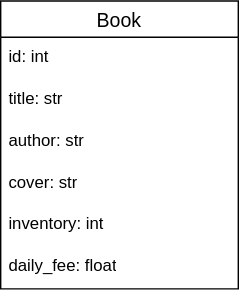
The draw.io diagram models.svg in Neyrony/library-api, before a commit. Source tidied: cells renumbered, new cells last; positions are measured from the earlier drawing's top-left corner, leaving out a move shared by most shapes. Its diagram source:
```xml
<mxGraphModel>
  <root>
    <mxCell id="0" />
    <mxCell id="1" parent="0" />
    <mxCell id="2" value="Book" style="swimlane;fontStyle=0;horizontal=1;startSize=26;align=center;fontSize=14;" parent="1" vertex="1">
      <mxGeometry width="170" height="206" as="geometry" />
    </mxCell>
    <mxCell id="3" value="id: int" style="text;strokeColor=none;fillColor=none;spacingLeft=4;spacingRight=4;overflow=hidden;fontSize=12;whiteSpace=wrap;html=1;" parent="2" vertex="1">
      <mxGeometry y="26" width="170" height="30" as="geometry" />
    </mxCell>
    <mxCell id="4" value="title: str" style="text;strokeColor=none;fillColor=none;spacingLeft=4;spacingRight=4;overflow=hidden;fontSize=12;whiteSpace=wrap;html=1;" parent="2" vertex="1">
      <mxGeometry y="56" width="170" height="30" as="geometry" />
    </mxCell>
    <mxCell id="5" value="author: str" style="text;strokeColor=none;fillColor=none;spacingLeft=4;spacingRight=4;overflow=hidden;fontSize=12;whiteSpace=wrap;html=1;" parent="2" vertex="1">
      <mxGeometry y="86" width="170" height="30" as="geometry" />
    </mxCell>
    <mxCell id="6" value="cover: str" style="text;strokeColor=none;fillColor=none;spacingLeft=4;spacingRight=4;overflow=hidden;fontSize=12;whiteSpace=wrap;html=1;" parent="2" vertex="1">
      <mxGeometry y="116" width="170" height="30" as="geometry" />
    </mxCell>
    <mxCell id="7" value="inventory: int" style="text;strokeColor=none;fillColor=none;spacingLeft=4;spacingRight=4;overflow=hidden;fontSize=12;whiteSpace=wrap;html=1;" parent="2" vertex="1">
      <mxGeometry y="146" width="170" height="30" as="geometry" />
    </mxCell>
    <mxCell id="8" value="daily_fee: float" style="text;strokeColor=none;fillColor=none;spacingLeft=4;spacingRight=4;overflow=hidden;fontSize=12;whiteSpace=wrap;html=1;" parent="2" vertex="1">
      <mxGeometry y="176" width="170" height="30" as="geometry" />
    </mxCell>
  </root>
</mxGraphModel>
```
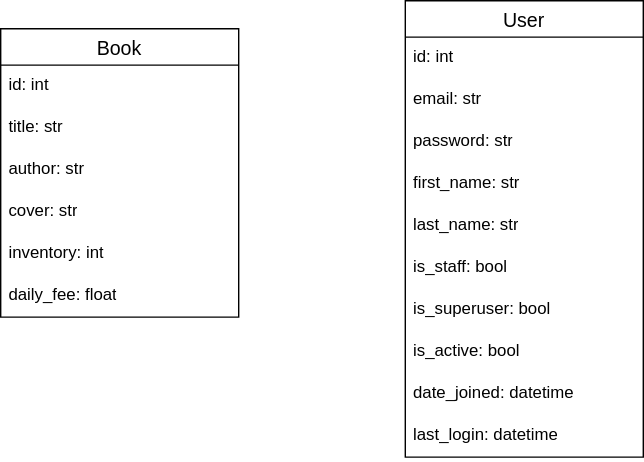
After the commit.

Commit message:
docs: add user model to models.svg

The edit, as a diff of the source:
```diff
@@ -23,5 +23,38 @@
     <mxCell id="8" value="daily_fee: float" style="text;strokeColor=none;fillColor=none;spacingLeft=4;spacingRight=4;overflow=hidden;fontSize=12;whiteSpace=wrap;html=1;" parent="2" vertex="1">
       <mxGeometry y="176" width="170" height="30" as="geometry" />
     </mxCell>
+    <mxCell id="9" value="User" style="swimlane;fontStyle=0;horizontal=1;startSize=26;align=center;fontSize=14;" parent="1" vertex="1">
+      <mxGeometry x="289" y="-20" width="170" height="326" as="geometry" />
+    </mxCell>
+    <mxCell id="10" value="id: int" style="text;strokeColor=none;fillColor=none;spacingLeft=4;spacingRight=4;overflow=hidden;fontSize=12;whiteSpace=wrap;html=1;" parent="9" vertex="1">
+      <mxGeometry y="26" width="170" height="30" as="geometry" />
+    </mxCell>
+    <mxCell id="11" value="email: str" style="text;strokeColor=none;fillColor=none;spacingLeft=4;spacingRight=4;overflow=hidden;fontSize=12;whiteSpace=wrap;html=1;" parent="9" vertex="1">
+      <mxGeometry y="56" width="170" height="30" as="geometry" />
+    </mxCell>
+    <mxCell id="12" value="password: str" style="text;strokeColor=none;fillColor=none;spacingLeft=4;spacingRight=4;overflow=hidden;fontSize=12;whiteSpace=wrap;html=1;" parent="9" vertex="1">
+      <mxGeometry y="86" width="170" height="30" as="geometry" />
+    </mxCell>
+    <mxCell id="13" value="first_name: str" style="text;strokeColor=none;fillColor=none;spacingLeft=4;spacingRight=4;overflow=hidden;fontSize=12;whiteSpace=wrap;html=1;" parent="9" vertex="1">
+      <mxGeometry y="116" width="170" height="30" as="geometry" />
+    </mxCell>
+    <mxCell id="14" value="last_name: str" style="text;strokeColor=none;fillColor=none;spacingLeft=4;spacingRight=4;overflow=hidden;fontSize=12;whiteSpace=wrap;html=1;" parent="9" vertex="1">
+      <mxGeometry y="146" width="170" height="30" as="geometry" />
+    </mxCell>
+    <mxCell id="15" value="is_staff: bool" style="text;strokeColor=none;fillColor=none;spacingLeft=4;spacingRight=4;overflow=hidden;fontSize=12;whiteSpace=wrap;html=1;" parent="9" vertex="1">
+      <mxGeometry y="176" width="170" height="30" as="geometry" />
+    </mxCell>
+    <mxCell id="16" value="is_superuser: bool" style="text;strokeColor=none;fillColor=none;spacingLeft=4;spacingRight=4;overflow=hidden;fontSize=12;whiteSpace=wrap;html=1;" parent="9" vertex="1">
+      <mxGeometry y="206" width="170" height="30" as="geometry" />
+    </mxCell>
+    <mxCell id="17" value="is_active: bool" style="text;strokeColor=none;fillColor=none;spacingLeft=4;spacingRight=4;overflow=hidden;fontSize=12;whiteSpace=wrap;html=1;" parent="9" vertex="1">
+      <mxGeometry y="236" width="170" height="30" as="geometry" />
+    </mxCell>
+    <mxCell id="18" value="date_joined: datetime" style="text;strokeColor=none;fillColor=none;spacingLeft=4;spacingRight=4;overflow=hidden;fontSize=12;whiteSpace=wrap;html=1;" parent="9" vertex="1">
+      <mxGeometry y="266" width="170" height="30" as="geometry" />
+    </mxCell>
+    <mxCell id="19" value="last_login: datetime" style="text;strokeColor=none;fillColor=none;spacingLeft=4;spacingRight=4;overflow=hidden;fontSize=12;whiteSpace=wrap;html=1;" parent="9" vertex="1">
+      <mxGeometry y="296" width="170" height="30" as="geometry" />
+    </mxCell>
   </root>
 </mxGraphModel>
```
